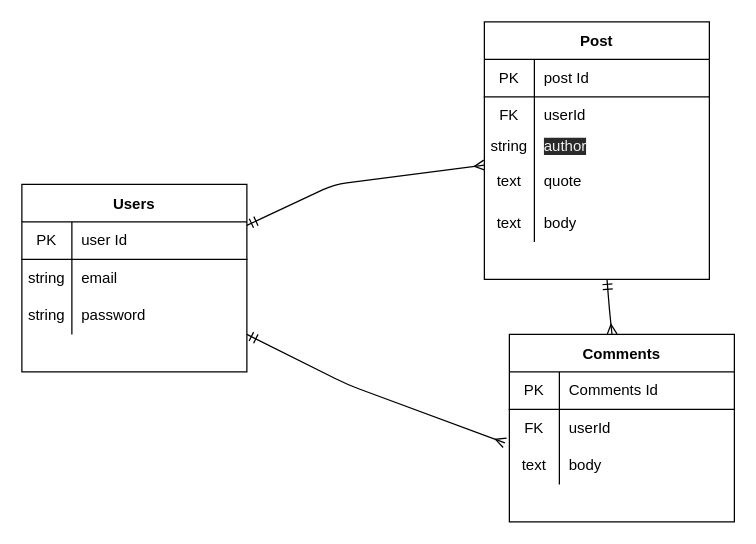
erhaneth/blockqoute keeps this draw.io diagram as bq.drawio. Above is the earlier version. Source tidied: cells renumbered, new cells numbered last; positions are measured from the earlier drawing's top-left corner, leaving out a move shared by most shapes. Both pictures are drawn from the tidied source at 125%, with x=0, y=0 at pixel (21, 21).
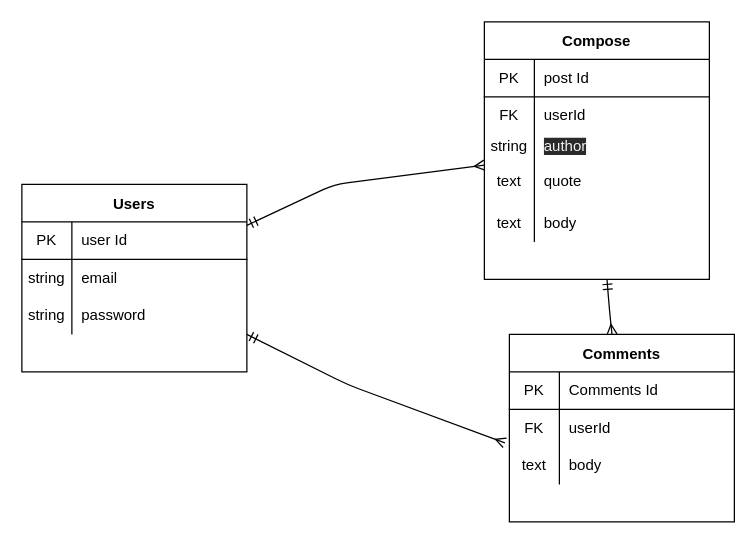
Above is the later version.

Change to the diagram source:
```diff
@@
-    <mxCell id="15" value="Post" style="shape=table;startSize=30;childLayout=tableLayout;rowLines=0;fontStyle=1;align=center;" parent="1" vertex="1">
+    <mxCell id="15" value="Compose" style="shape=table;startSize=30;childLayout=tableLayout;rowLines=0;fontStyle=1;align=center;" parent="1" vertex="1">
       <mxGeometry x="370" width="180" height="206" as="geometry" />
     </mxCell>
```
